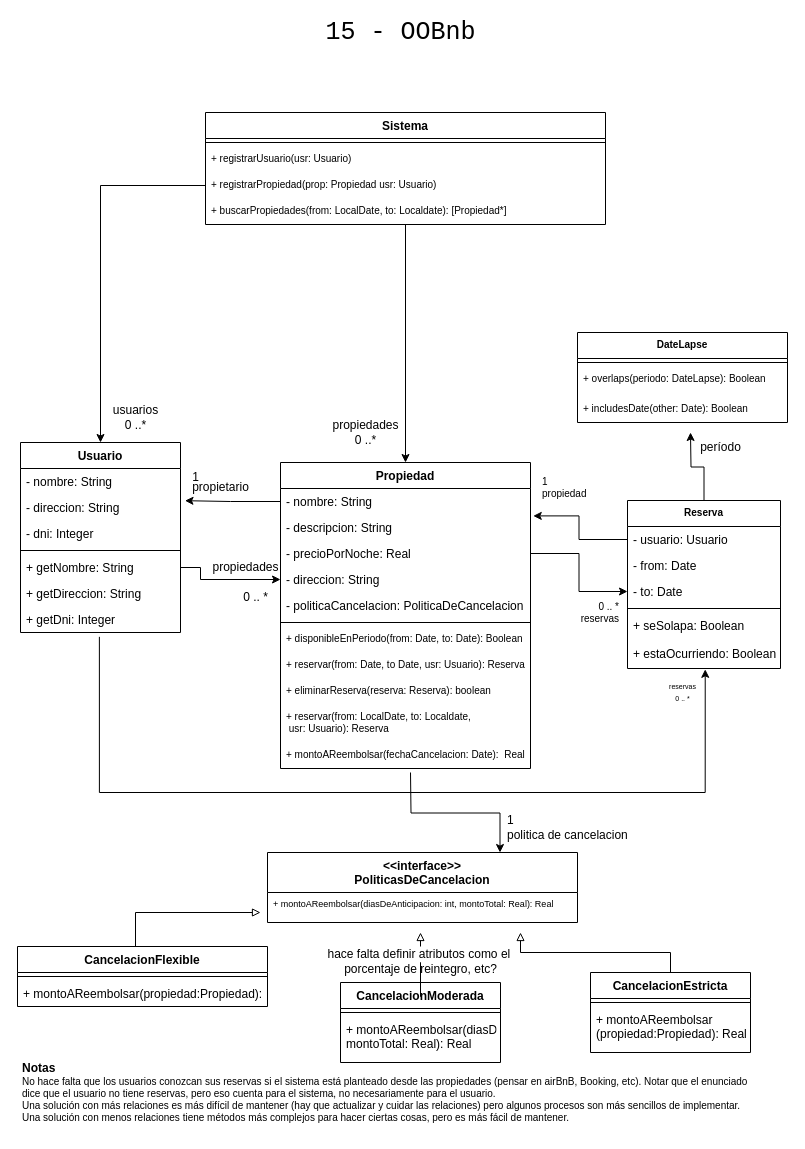
Earlier version of the draw.io diagram DiagramasUML/ej16-uml.drawio (Numa-diazdiva/OO1-ejercicios). Source tidied: cells renumbered, new cells numbered last; positions are measured from the earlier drawing's top-left corner, leaving out a move shared by most shapes. Both pictures are drawn from the tidied source at 100%, with x=0, y=0 at pixel (17, 22).
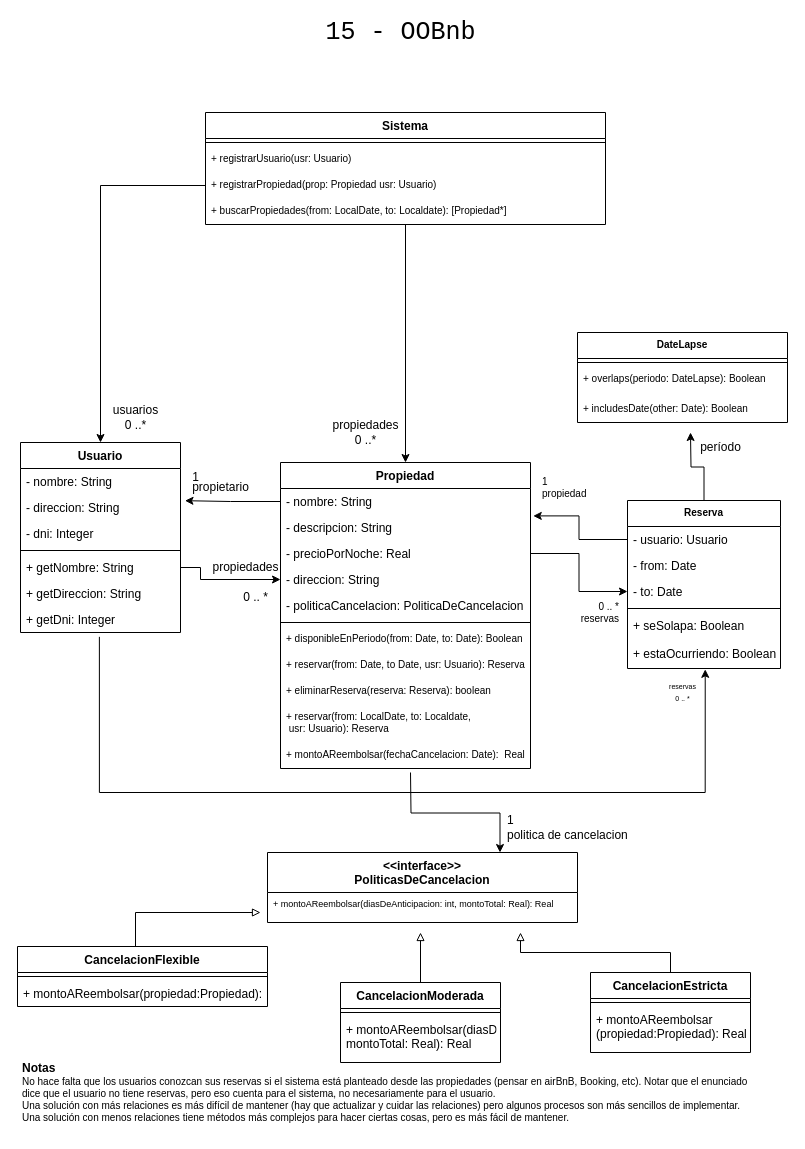
The same page after the edit.

The change refers to these unchanged cells:
```xml
<mxCell id="68" value="CancelacionModerada" style="swimlane;fontStyle=1;align=center;verticalAlign=top;horizontal=1;startSize=26;" parent="1" vertex="1">
  <mxGeometry x="323" y="960" width="160" height="80" as="geometry" />
</mxCell>
```

Diff of the diagram source:
```diff
@@
-    <mxCell id="67" style="edgeStyle=orthogonalEdgeStyle;rounded=0;jettySize=auto;html=1;exitX=0.5;exitY=0;exitDx=0;exitDy=0;endArrow=block;endFill=0;startArrow=none;" parent="1" edge="1" source="75">
-      <mxGeometry relative="1" as="geometry">
-        <mxPoint x="403" y="910" as="targetPoint" />
-      </mxGeometry>
-    </mxCell>
@@
-    <mxCell id="75" value="hace falta definir atributos como el&amp;nbsp;&lt;br&gt;porcentaje de reintegro, etc?" style="text;html=1;align=center;verticalAlign=middle;points=[];strokeColor=none;fillColor=none;" parent="1" vertex="1">
-      <mxGeometry x="303" y="924" width="200" height="30" as="geometry" />
-    </mxCell>
-    <mxCell id="76" style="edgeStyle=orthogonalEdgeStyle;rounded=0;jettySize=auto;html=1;exitX=0.5;exitY=0;exitDx=0;exitDy=0;endArrow=none;endFill=0;" parent="1" edge="1" source="68" target="75">
-      <mxGeometry relative="1" as="geometry" />
+    <mxCell id="76" style="edgeStyle=orthogonalEdgeStyle;rounded=0;jettySize=auto;html=1;exitX=0.5;exitY=0;exitDx=0;exitDy=0;endArrow=block;endFill=0;" parent="1" edge="1" source="68">
+      <mxGeometry relative="1" as="geometry">
+        <mxPoint x="403" y="910" as="targetPoint" />
+      </mxGeometry>
     </mxCell>
```
